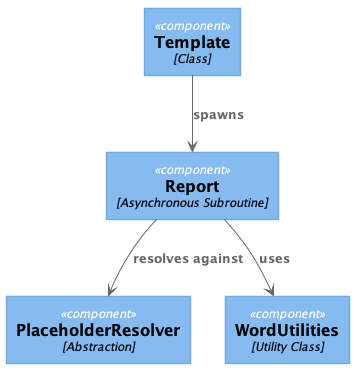
Above: out/docs/components/components.png in DDS-GmbH/jocument (PlantUML), before the change. The source it was exported from:
```plantuml
@startuml





skinparam defaultTextAlignment center

skinparam wrapWidth 200
skinparam maxMessageSize 150

skinparam rectangle {
    StereotypeFontSize 12
    shadowing false
}

skinparam database {
    StereotypeFontSize 12
    shadowing false
}

skinparam Arrow {
    Color #666666
    FontColor #666666
    FontSize 12
}

skinparam rectangle<<boundary>> {
    Shadowing false
    StereotypeFontSize 0
    FontColor #444444
    BorderColor #444444
    BorderStyle dashed
}






















skinparam rectangle<<person>> {
    StereotypeFontColor #FFFFFF
    FontColor #FFFFFF
    BackgroundColor #08427B
    BorderColor #073B6F
}

skinparam rectangle<<external_person>> {
    StereotypeFontColor #FFFFFF
    FontColor #FFFFFF
    BackgroundColor #686868
    BorderColor #8A8A8A
}

skinparam rectangle<<system>> {
    StereotypeFontColor #FFFFFF
    FontColor #FFFFFF
    BackgroundColor #1168BD
    BorderColor #3C7FC0
}

skinparam rectangle<<external_system>> {
    StereotypeFontColor #FFFFFF
    FontColor #FFFFFF
    BackgroundColor #999999
    BorderColor #8A8A8A
}

skinparam database<<system>> {
    StereotypeFontColor #FFFFFF
    FontColor #FFFFFF
    BackgroundColor #1168BD
    BorderColor #3C7FC0
}

skinparam database<<external_system>> {
    StereotypeFontColor #FFFFFF
    FontColor #FFFFFF
    BackgroundColor #999999
    BorderColor #8A8A8A
}
















skinparam rectangle<<container>> {
    StereotypeFontColor #FFFFFF
    FontColor #FFFFFF
    BackgroundColor #438DD5
    BorderColor #3C7FC0
}

skinparam database<<container>> {
    StereotypeFontColor #FFFFFF
    FontColor #FFFFFF
    BackgroundColor #438DD5
    BorderColor #3C7FC0
}












skinparam rectangle<<component>> {
    StereotypeFontColor #FFFFFF
    FontColor #000000
    BackgroundColor #85BBF0
    BorderColor #78A8D8
}

skinparam database<<component>> {
    StereotypeFontColor #FFFFFF
    FontColor #000000
    BackgroundColor #85BBF0
    BorderColor #78A8D8
}






rectangle "==Template\n//<size:12>[Class]</size>//" <<component>> as template

rectangle "==Report\n//<size:12>[Asynchronous Subroutine]</size>//" <<component>> as report

rectangle "==PlaceholderResolver\n//<size:12>[Abstraction]</size>//" <<component>> as resolver

rectangle "==WordUtilities\n//<size:12>[Utility Class]</size>//" <<component>> as wordUtilities

template --> report : "===spawns"
report --> resolver : "===resolves against"
report --> wordUtilities : "===uses"

@enduml
```
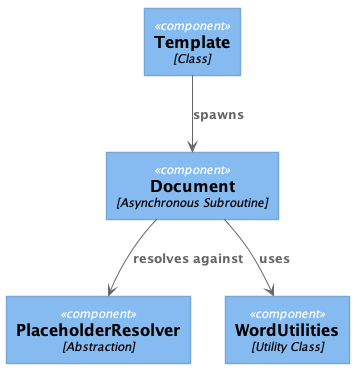
The same file after the commit.

Commit message:
Update README.md and Diagrams to new Terms

Change to the diagram source:
```diff
@@ -157,14 +157,14 @@
 
 rectangle "==Template\n//<size:12>[Class]</size>//" <<component>> as template
 
-rectangle "==Report\n//<size:12>[Asynchronous Subroutine]</size>//" <<component>> as report
+rectangle "==Document\n//<size:12>[Asynchronous Subroutine]</size>//" <<component>> as document
 
 rectangle "==PlaceholderResolver\n//<size:12>[Abstraction]</size>//" <<component>> as resolver
 
 rectangle "==WordUtilities\n//<size:12>[Utility Class]</size>//" <<component>> as wordUtilities
 
-template --> report : "===spawns"
-report --> resolver : "===resolves against"
-report --> wordUtilities : "===uses"
+template --> document : "===spawns"
+document --> resolver : "===resolves against"
+document --> wordUtilities : "===uses"
 
 @enduml
```
